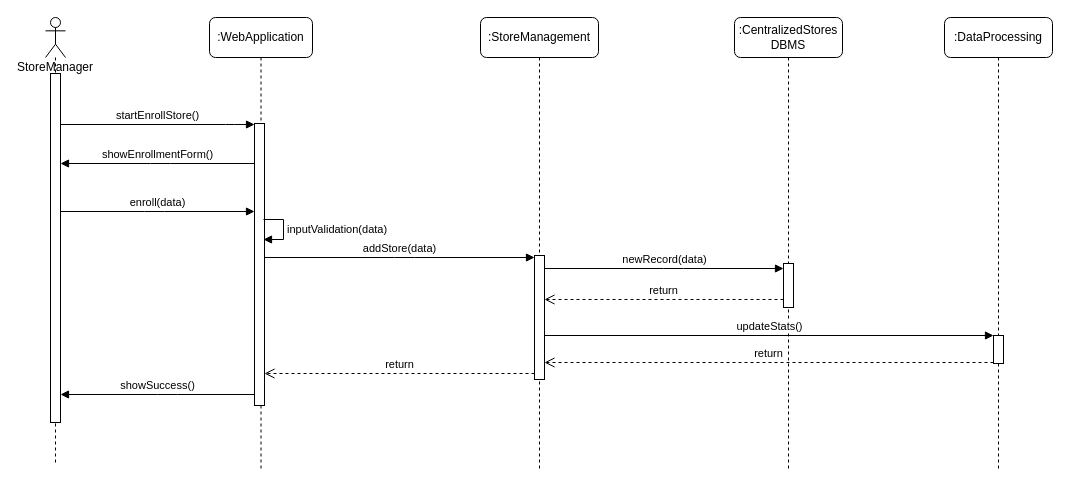
This is Diagrams/Sequence/sequence_store_enroll.drawio from pollo-fritto/PozziNeroniVetere, a draw.io file, before an edit. Source tidied: cells renumbered, new cells numbered last; positions are measured from the earlier drawing's top-left corner, leaving out a move shared by most shapes. Both pictures are drawn from the tidied source at 100%, with x=0, y=0 at pixel (45, 17).
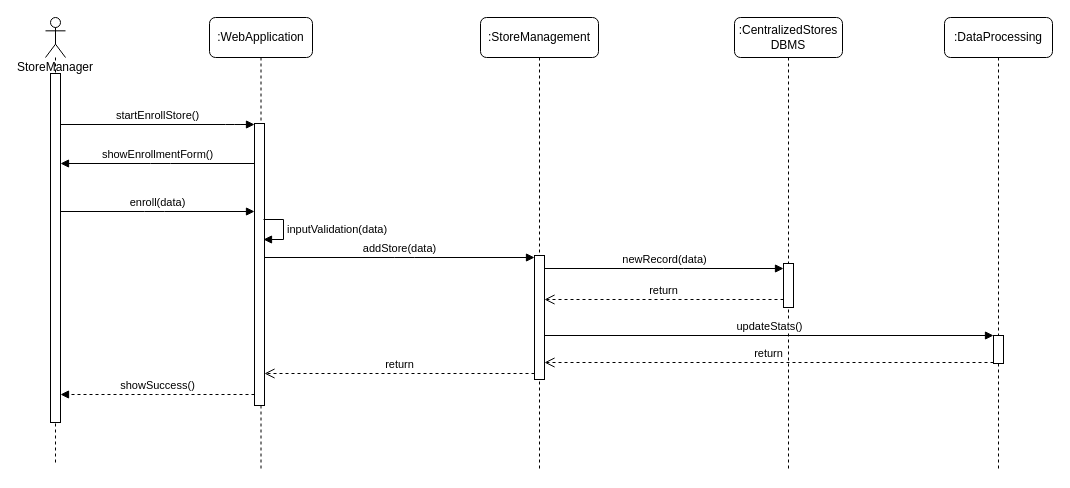
The same diagram, later.

The change refers to these unchanged cells:
```xml
<mxCell id="3" style="html=1;points=[];perimeter=orthogonalPerimeter;rounded=0;shadow=0;comic=0;labelBackgroundColor=none;strokeWidth=1;fontFamily=Verdana;fontSize=12;align=center;" parent="2" vertex="1">
  <mxGeometry x="45" y="106" width="10" height="282" as="geometry" />
</mxCell>
<mxCell id="12" style="html=1;points=[];perimeter=orthogonalPerimeter;" parent="11" vertex="1">
  <mxGeometry x="5" y="56" width="10" height="349" as="geometry" />
</mxCell>
```

The edit, as a diff of the source:
```diff
@@
-    <mxCell id="9" value="showSuccess()" style="html=1;verticalAlign=bottom;endArrow=block;" parent="1" edge="1" source="3" target="12">
+    <mxCell id="9" value="showSuccess()" style="html=1;verticalAlign=bottom;endArrow=block;dashed=1;" parent="1" edge="1" source="3" target="12">
       <mxGeometry relative="1" as="geometry">
         <Array as="points">
           <mxPoint x="122" y="377" />
         </Array>
       </mxGeometry>
     </mxCell>
```
